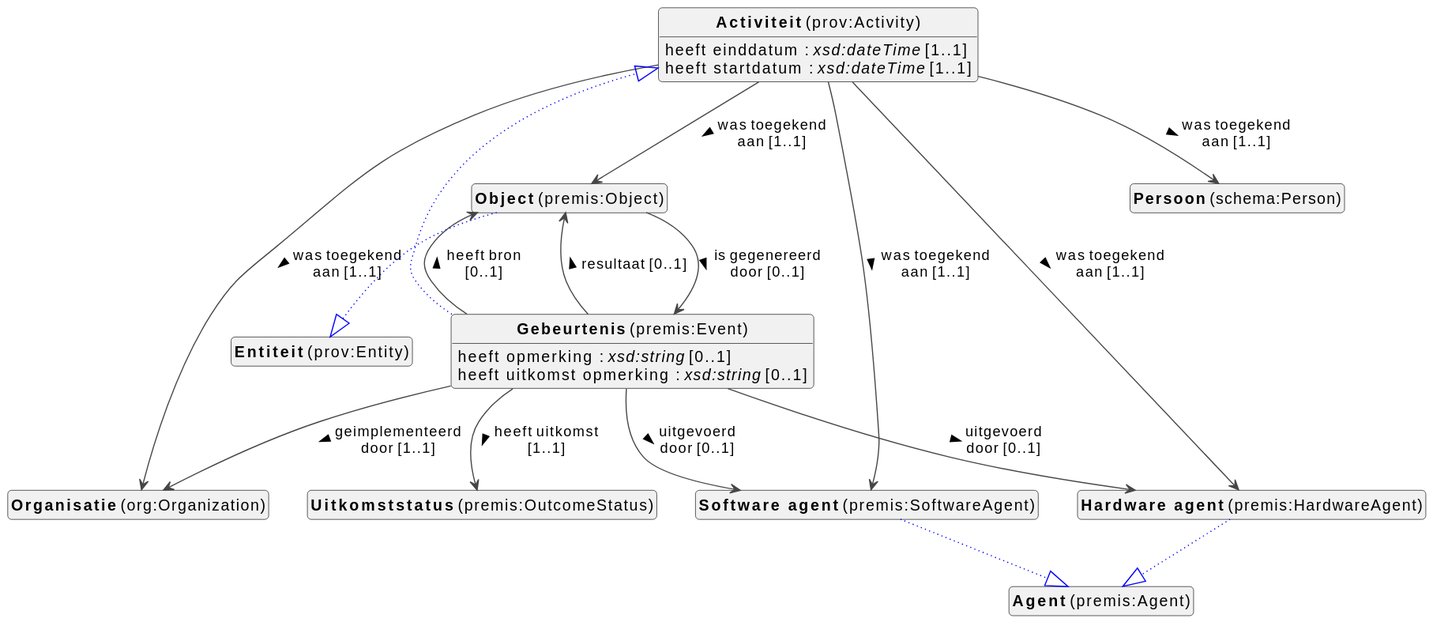
Earlier version of the PlantUML export docs/metadata/knowledge-graph/0.0.1/events/nl/events-diagram.svg (viaacode/documentation-jekyll).
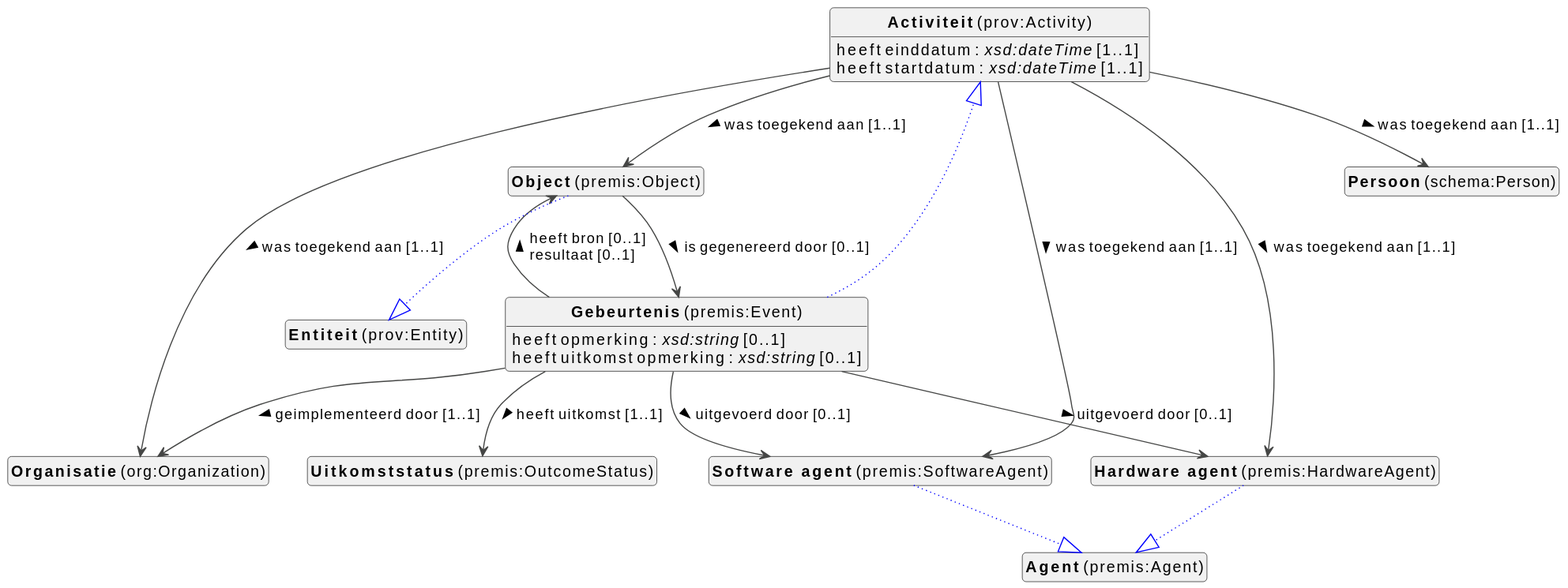
Above is the later version.

Change to the diagram source:
```diff
@@ -3,7 +3,8 @@
 skinparam classFontSize 14
 !define LIGHTORANGE
 skinparam componentStyle uml2
-skinparam wrapMessageWidth 100
+skinparam wrapMessageWidth 1000
+skinparam wrapWidth 1000
 skinparam shadowing false
 skinparam ArrowMessageAlignment left
 
@@ -13,50 +14,45 @@
 class "<b>Activiteit</b> (prov:Activity)" as prov_Activity [[#prov%3AActivity]]
 class "<b>Object</b> (premis:Object)" as premis_Object [[#premis%3AObject]]
 class "<b>Entiteit</b> (prov:Entity)" as prov_Entity [[#prov%3AEntity]]
+class "<b>Organisatie</b> (org:Organization)" as org_Organization [[#org%3AOrganization]]
+class "<b>Uitkomststatus</b> (premis:OutcomeStatus)" as premis_OutcomeStatus [[#premis%3AOutcomeStatus]]
+class "<b>Hardware agent</b> (premis:HardwareAgent)" as premis_HardwareAgent [[#premis%3AHardwareAgent]]
+class "<b>Agent</b> (premis:Agent)" as premis_Agent [[#premis%3AAgent]]
 class "<b>Persoon</b> (schema:Person)" as schema_Person [[#schema%3APerson]]
-class "<b>Organisatie</b> (org:Organization)" as org_Organization [[#org%3AOrganization]]
 class "<b>Software agent</b> (premis:SoftwareAgent)" as premis_SoftwareAgent [[#premis%3ASoftwareAgent]]
 class "<b>Agent</b> (premis:Agent)" as premis_Agent [[#premis%3AAgent]]
-class "<b>Hardware agent</b> (premis:HardwareAgent)" as premis_HardwareAgent [[#premis%3AHardwareAgent]]
-class "<b>Agent</b> (premis:Agent)" as premis_Agent [[#premis%3AAgent]]
-class "<b>Uitkomststatus</b> (premis:OutcomeStatus)" as premis_OutcomeStatus [[#premis%3AOutcomeStatus]]
 
 
 prov_Activity : heeft einddatum : <i>xsd:dateTime</i> [1..1]
-
-
 prov_Activity : heeft startdatum : <i>xsd:dateTime</i> [1..1]
 
+prov_Activity --> org_Organization :was toegekend aan [1..1]  >
+prov_Activity --> premis_HardwareAgent :was toegekend aan [1..1]  >
+prov_Activity --> premis_Object :was toegekend aan [1..1]  >
+prov_Activity --> premis_SoftwareAgent :was toegekend aan [1..1]  >
+prov_Activity --> schema_Person :was toegekend aan [1..1]  >
 
-prov_Activity --> premis_Object : was toegekend aan [1..1] >
-prov_Activity --> schema_Person : was toegekend aan [1..1] >
-prov_Activity --> org_Organization : was toegekend aan [1..1] >
-prov_Activity --> premis_SoftwareAgent : was toegekend aan [1..1] >
-prov_Activity --> premis_HardwareAgent : was toegekend aan [1..1] >
 
 premis_Event --|> prov_Activity #blue;line.dotted;text:blue
 
+premis_Event : heeft opmerking : <i>xsd:string</i> [0..1]
+premis_Event : heeft uitkomst opmerking : <i>xsd:string</i> [0..1]
+premis_Event --> org_Organization :geimplementeerd door [1..1]  >
+premis_Event --> premis_HardwareAgent :uitgevoerd door [0..1]  >
+premis_Event --> premis_Object :heeft bron [0..1]  \lresultaat [0..1]  >
+premis_Event --> premis_OutcomeStatus :heeft uitkomst [1..1]  >
+premis_Event --> premis_SoftwareAgent :uitgevoerd door [0..1]  >
 
-premis_Event --> org_Organization : geimplementeerd door [1..1] >
-
-premis_Event --> premis_Object : heeft bron [0..1] >
-premis_Event : heeft opmerking : <i>xsd:string</i> [0..1]
-
-
-premis_Event --> premis_OutcomeStatus : heeft uitkomst [1..1] >
-premis_Event : heeft uitkomst opmerking : <i>xsd:string</i> [0..1]
-
-
-premis_Event --> premis_Object : resultaat [0..1] >
-
-premis_Event --> premis_SoftwareAgent : uitgevoerd door [0..1] >
-premis_Event --> premis_HardwareAgent : uitgevoerd door [0..1] >
 
 premis_Object --|> prov_Entity #blue;line.dotted;text:blue
 
+premis_Object --> premis_Event :is gegenereerd door [0..1]  >
 
-premis_Object --> premis_Event : is gegenereerd door [0..1] >
 
+
+
+
+premis_HardwareAgent --|> premis_Agent #blue;line.dotted;text:blue
 
 
 
@@ -64,11 +60,6 @@
 premis_SoftwareAgent --|> premis_Agent #blue;line.dotted;text:blue
 
 
-premis_HardwareAgent --|> premis_Agent #blue;line.dotted;text:blue
-
-
-
-
 
 hide circle
 hide methods
```
